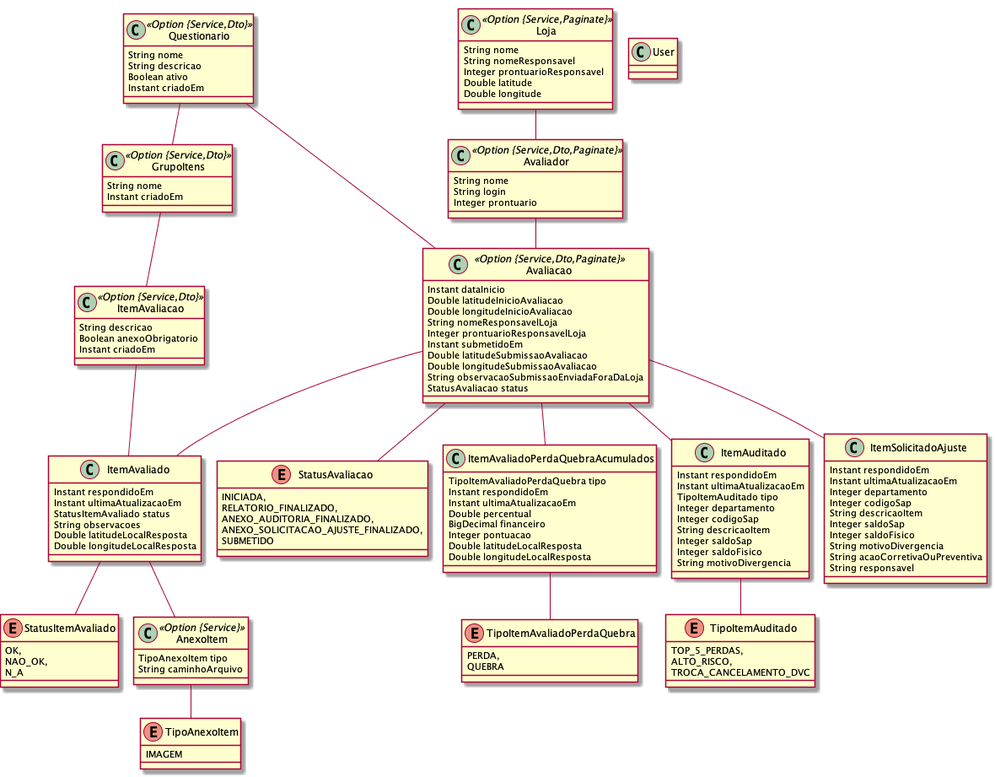
Earlier version of the PlantUML export model.png (BulkSecurityGeneratorProject/appdevdcp).
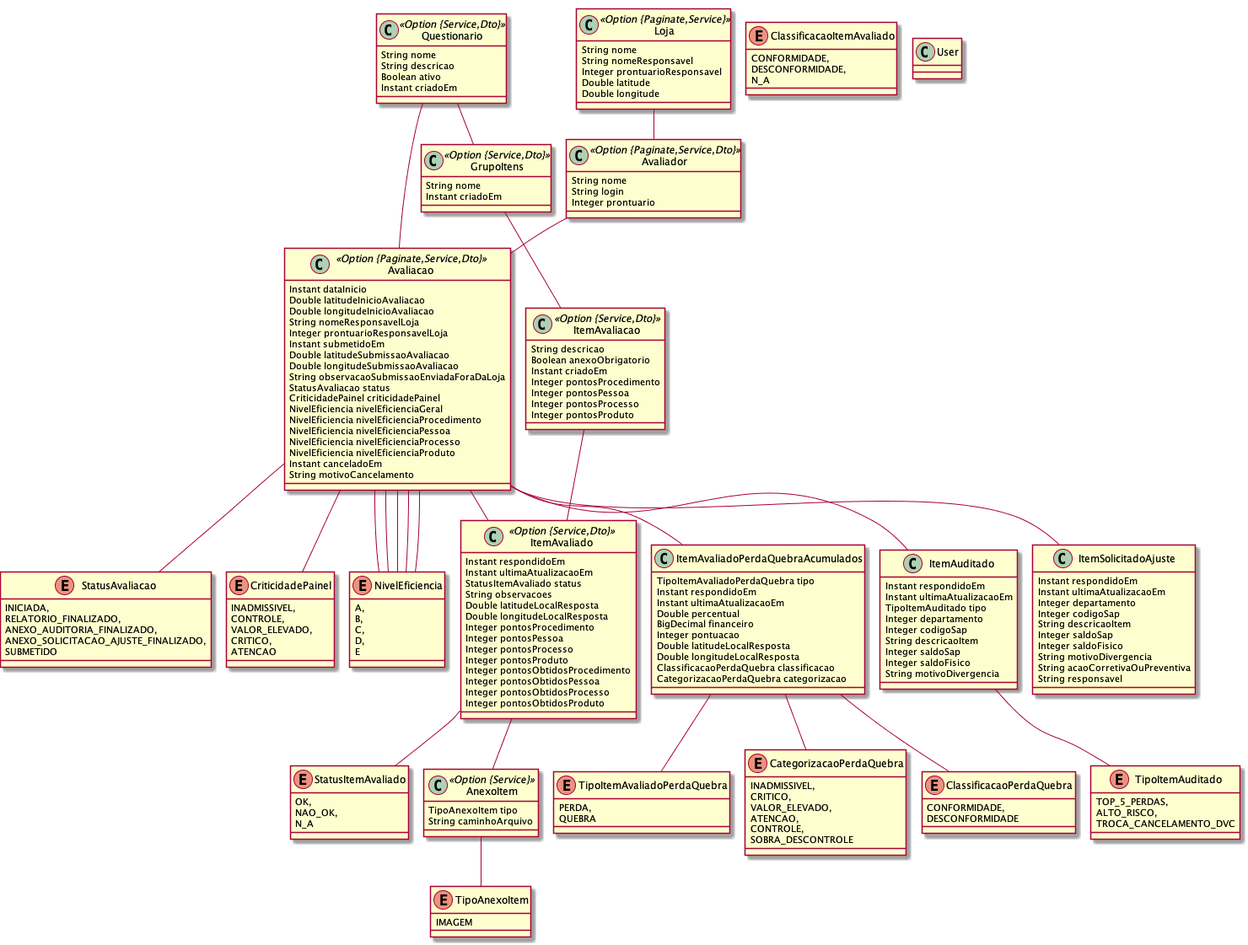
The same diagram one commit later.

Commit message:
Atualizando modelo

What changed in the source:
```diff
@@ -17,25 +17,56 @@
 		PERDA,
 		QUEBRA
 	}
+	enum CriticidadePainel {
+		INADMISSIVEL,
+		CONTROLE,
+		VALOR_ELEVADO,
+		CRITICO,
+		ATENCAO
+	}
+	enum CategorizacaoPerdaQuebra {
+		INADMISSIVEL,
+		CRITICO,
+		VALOR_ELEVADO,
+		ATENCAO,
+		CONTROLE,
+		SOBRA_DESCONTROLE
+	}
+	enum NivelEficiencia {
+		A,
+		B,
+		C,
+		D,
+		E
+	}
+	enum ClassificacaoPerdaQuebra {
+		CONFORMIDADE,
+		DESCONFORMIDADE
+	}
+	enum ClassificacaoItemAvaliado {
+		CONFORMIDADE,
+		DESCONFORMIDADE,
+		N_A
+	}
 	class Questionario <<Option {Service,Dto}>> {
 		String nome
 		String descricao
 		Boolean ativo
 		Instant criadoEm
 	}
-	class Avaliador <<Option {Service,Dto,Paginate}>> {
+	class Avaliador <<Option {Paginate,Service,Dto}>> {
 		String nome
 		String login
 		Integer prontuario
 	}
-	class Loja <<Option {Service,Paginate}>> {
+	class Loja <<Option {Paginate,Service}>> {
 		String nome
 		String nomeResponsavel
 		Integer prontuarioResponsavel
 		Double latitude
 		Double longitude
 	}
-	class Avaliacao <<Option {Service,Dto,Paginate}>> {
+	class Avaliacao <<Option {Paginate,Service,Dto}>> {
 		Instant dataInicio
 		Double latitudeInicioAvaliacao
 		Double longitudeInicioAvaliacao
@@ -46,20 +77,46 @@
 		Double longitudeSubmissaoAvaliacao
 		String observacaoSubmissaoEnviadaForaDaLoja
 		StatusAvaliacao status
+		CriticidadePainel criticidadePainel
+		NivelEficiencia nivelEficienciaGeral
+		NivelEficiencia nivelEficienciaProcedimento
+		NivelEficiencia nivelEficienciaPessoa
+		NivelEficiencia nivelEficienciaProcesso
+		NivelEficiencia nivelEficienciaProduto
+		Instant canceladoEm
+		String motivoCancelamento
 	}
 	Avaliacao ..> StatusAvaliacao
+	Avaliacao ..> CriticidadePainel
+	Avaliacao ..> NivelEficiencia
+	Avaliacao ..> NivelEficiencia
+	Avaliacao ..> NivelEficiencia
+	Avaliacao ..> NivelEficiencia
+	Avaliacao ..> NivelEficiencia
 	class ItemAvaliacao <<Option {Service,Dto}>> {
 		String descricao
 		Boolean anexoObrigatorio
 		Instant criadoEm
+		Integer pontosProcedimento
+		Integer pontosPessoa
+		Integer pontosProcesso
+		Integer pontosProduto
 	}
-	class ItemAvaliado  {
+	class ItemAvaliado <<Option {Service,Dto}>> {
 		Instant respondidoEm
 		Instant ultimaAtualizacaoEm
 		StatusItemAvaliado status
 		String observacoes
 		Double latitudeLocalResposta
 		Double longitudeLocalResposta
+		Integer pontosProcedimento
+		Integer pontosPessoa
+		Integer pontosProcesso
+		Integer pontosProduto
+		Integer pontosObtidosProcedimento
+		Integer pontosObtidosPessoa
+		Integer pontosObtidosProcesso
+		Integer pontosObtidosProduto
 	}
 	ItemAvaliado ..> StatusItemAvaliado
 	class ItemAvaliadoPerdaQuebraAcumulados  {
@@ -71,8 +128,12 @@
 		Integer pontuacao
 		Double latitudeLocalResposta
 		Double longitudeLocalResposta
+		ClassificacaoPerdaQuebra classificacao
+		CategorizacaoPerdaQuebra categorizacao
 	}
 	ItemAvaliadoPerdaQuebraAcumulados ..> TipoItemAvaliadoPerdaQuebra
+	ItemAvaliadoPerdaQuebraAcumulados ..> ClassificacaoPerdaQuebra
+	ItemAvaliadoPerdaQuebraAcumulados ..> CategorizacaoPerdaQuebra
 	class GrupoItens <<Option {Service,Dto}>> {
 		String nome
 		Instant criadoEm
```
